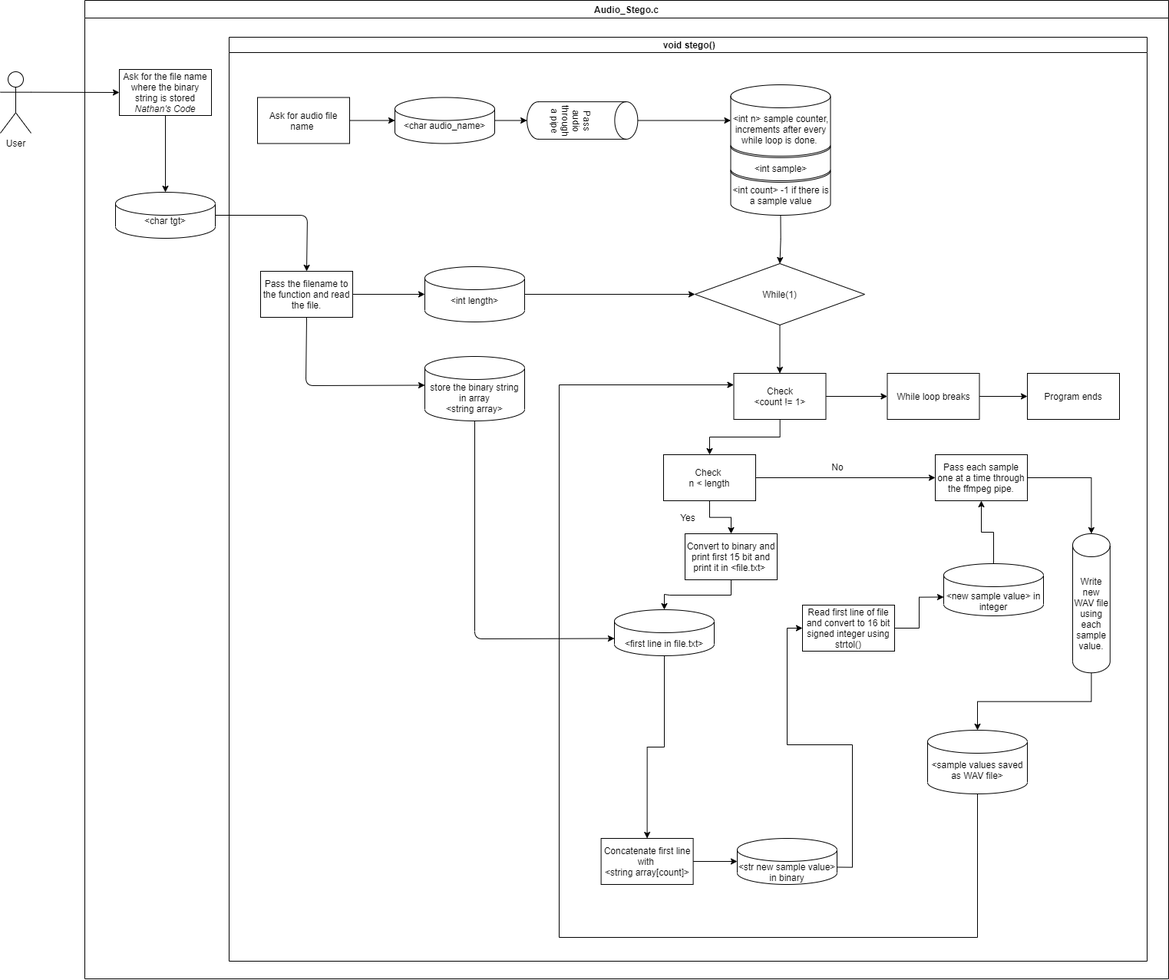
Before: lowlevel.png, a diagram exported from draw.io (PalakMittal/AudioStego). Source tidied: cells renumbered, new cells last; positions are measured from the earlier drawing's top-left corner, leaving out a move shared by most shapes.
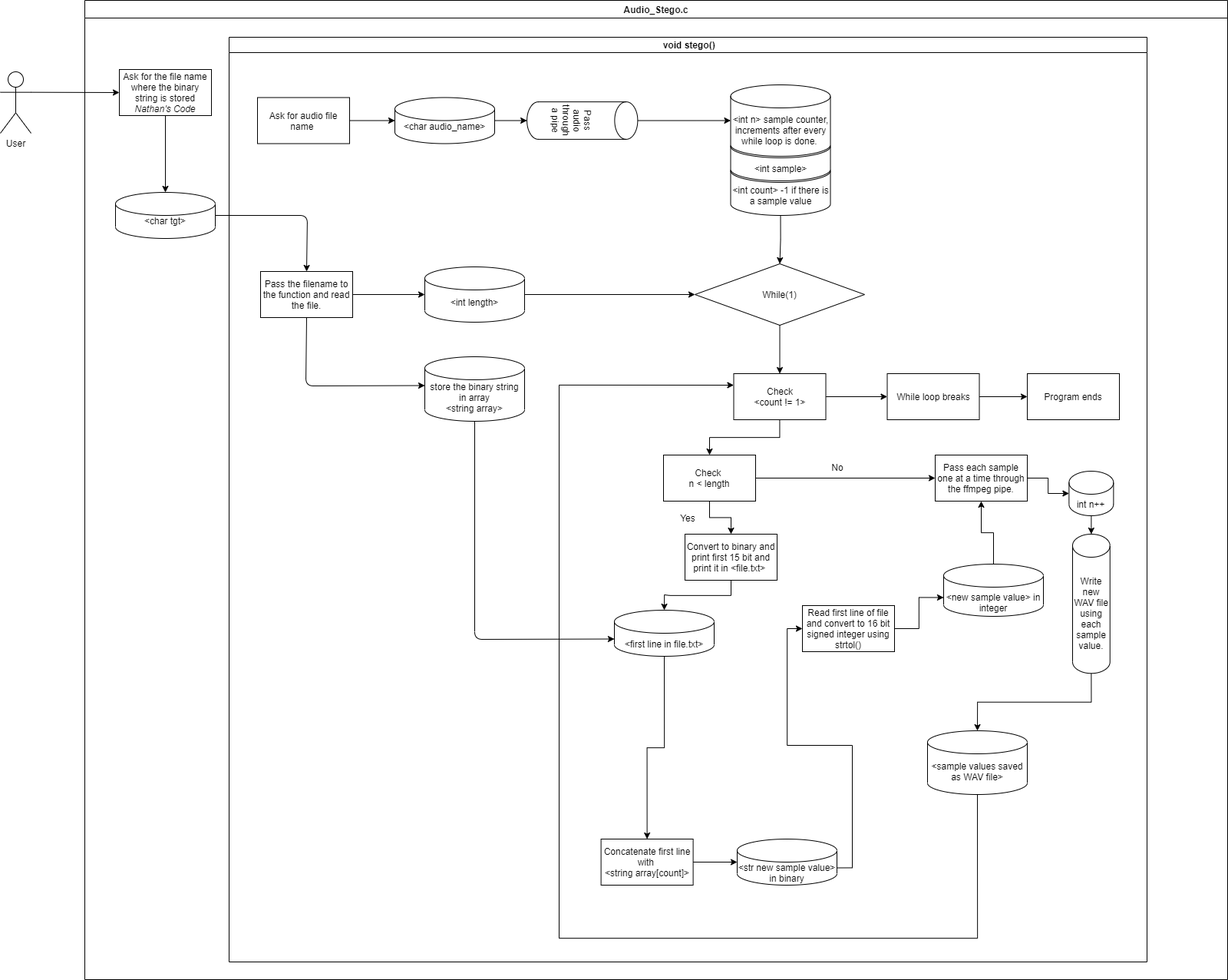
The same diagram one commit later.

Change to the diagram source:
```diff
@@ -6,7 +6,7 @@
       <mxGeometry y="93" width="40" height="80" as="geometry" />
     </mxCell>
     <mxCell id="3" value="Audio_Stego.c" style="swimlane;" parent="1" vertex="1">
-      <mxGeometry x="110" width="1412" height="1275" as="geometry" />
+      <mxGeometry x="110" width="1489" height="1275" as="geometry" />
     </mxCell>
     <mxCell id="4" value=" void stego()" style="swimlane;startSize=20;" parent="3" vertex="1">
       <mxGeometry x="188" y="48" width="1196" height="1204" as="geometry" />
@@ -118,7 +118,7 @@
     <mxCell id="37" style="edgeStyle=orthogonalEdgeStyle;rounded=0;jettySize=auto;html=1;exitX=1;exitY=0.5;exitDx=0;exitDy=0;entryX=0;entryY=0;entryDx=0;entryDy=43.5;entryPerimeter=0;" parent="4" edge="1" source="34" target="36">
       <mxGeometry relative="1" as="geometry" />
     </mxCell>
-    <mxCell id="38" style="edgeStyle=orthogonalEdgeStyle;rounded=0;jettySize=auto;html=1;exitX=1;exitY=0.5;exitDx=0;exitDy=0;entryX=0.5;entryY=0;entryDx=0;entryDy=0;entryPerimeter=0;" parent="4" edge="1" source="39" target="46">
+    <mxCell id="38" style="edgeStyle=orthogonalEdgeStyle;rounded=0;jettySize=auto;html=1;exitX=1;exitY=0.5;exitDx=0;exitDy=0;entryX=0;entryY=0.5;entryDx=0;entryDy=0;entryPerimeter=0;" parent="4" edge="1" source="39" target="59">
       <mxGeometry relative="1" as="geometry" />
     </mxCell>
     <mxCell id="39" value="Pass each sample one at a time through the ffmpeg pipe." style="rounded=0;whiteSpace=wrap;html=1;" parent="4" vertex="1">
@@ -169,6 +169,12 @@
     <mxCell id="52" value="No" style="text;html=1;strokeColor=none;fillColor=none;align=center;verticalAlign=middle;whiteSpace=wrap;rounded=0;" parent="4" vertex="1">
       <mxGeometry x="773" y="527" width="40" height="66" as="geometry" />
     </mxCell>
+    <mxCell id="58" style="edgeStyle=orthogonalEdgeStyle;rounded=0;jettySize=auto;html=1;exitX=0.5;exitY=1;exitDx=0;exitDy=0;exitPerimeter=0;entryX=0.5;entryY=0;entryDx=0;entryDy=0;entryPerimeter=0;" parent="4" edge="1" source="59" target="46">
+      <mxGeometry relative="1" as="geometry" />
+    </mxCell>
+    <mxCell id="59" value="&lt;br&gt;int n++" style="shape=cylinder3;whiteSpace=wrap;html=1;boundedLbl=1;backgroundOutline=1;size=15;" parent="4" vertex="1">
+      <mxGeometry x="1094.4" y="565" width="58" height="58" as="geometry" />
+    </mxCell>
     <mxCell id="53" value="Ask for the file name where the binary string is stored&lt;br&gt;&lt;i&gt;Nathan's Code&lt;/i&gt;" style="rounded=0;whiteSpace=wrap;html=1;" parent="3" vertex="1">
       <mxGeometry x="45" y="90" width="120" height="60" as="geometry" />
     </mxCell>
```
